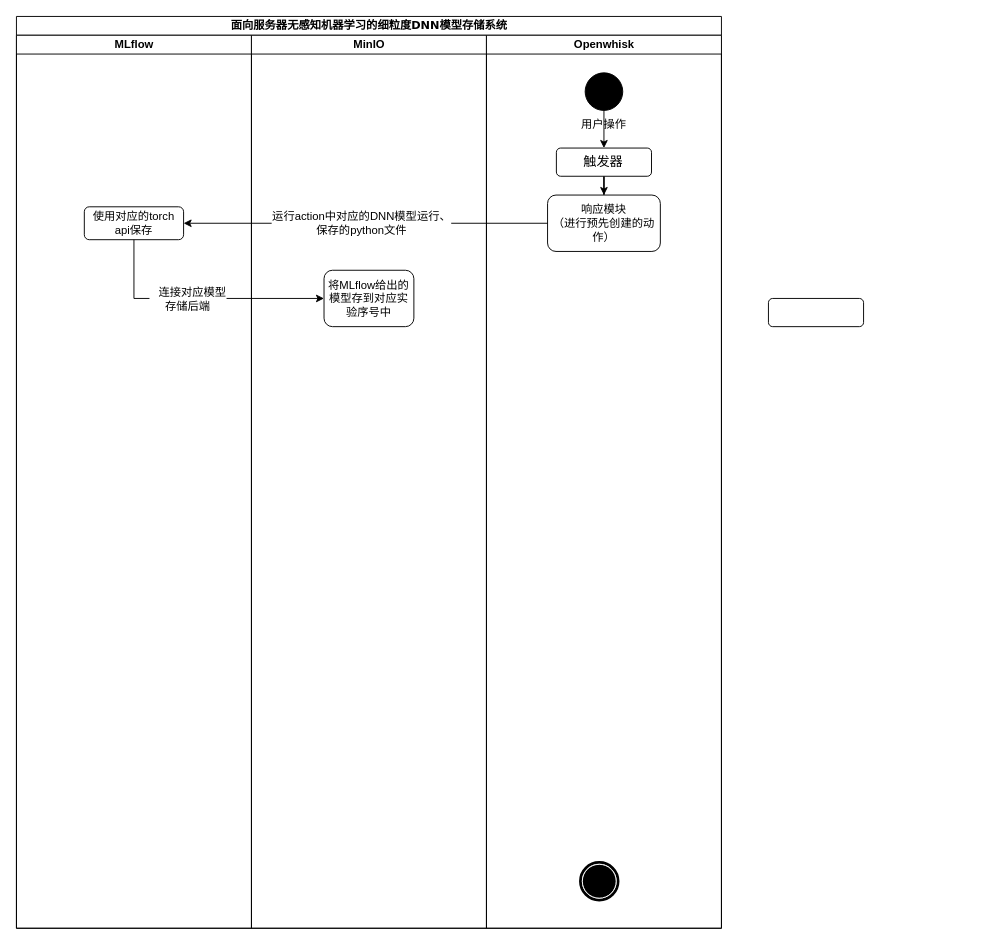
Above: 整体活动图.drawio in RexZheng-cug/chart (draw.io), before the change. Source tidied: cells renumbered, new cells numbered last; positions are measured from the earlier drawing's top-left corner, leaving out a move shared by most shapes. Both pictures are drawn from the tidied source at 94%, with x=0, y=0 at pixel (16, 16).
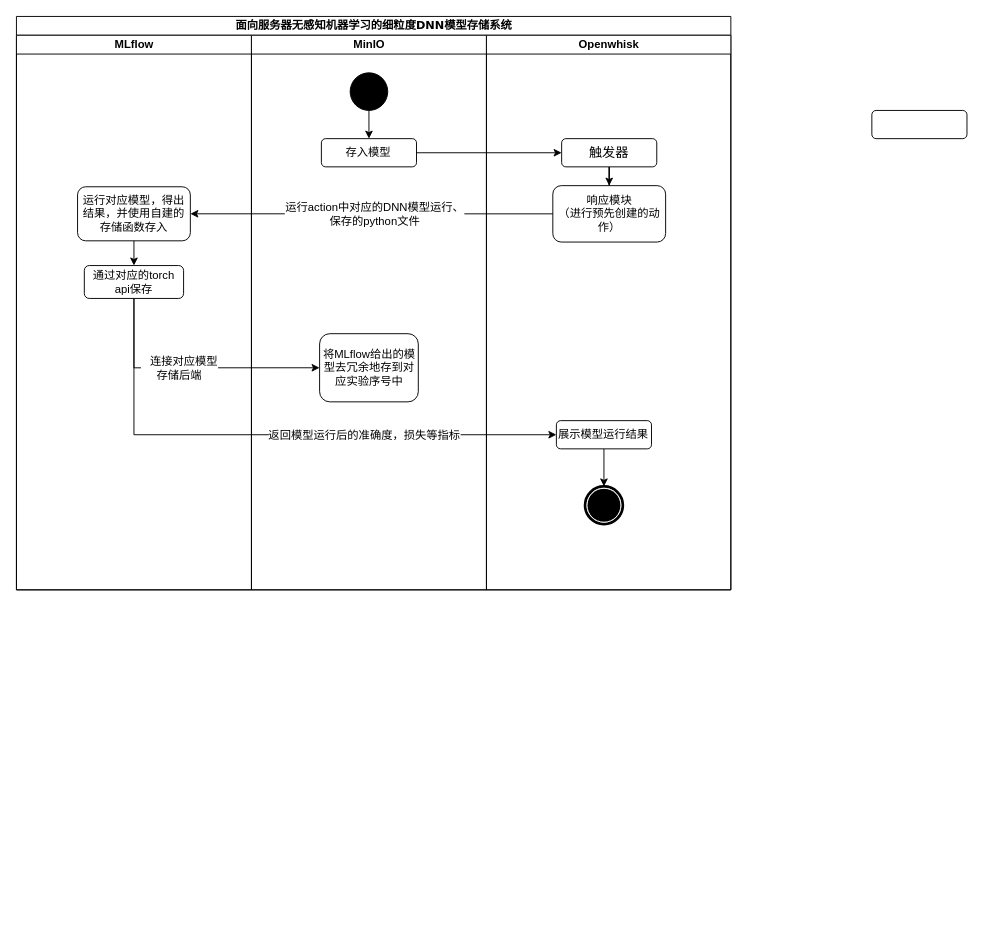
The same page after the edit.

Commit message (it also covers changes not shown here):
更新整体活动图.drawio

Diff of the diagram source:
```diff
@@
     <mxCell id="2" value="面向服务器无感知机器学习的细粒度DNN模型存储系统" style="swimlane;html=1;startSize=20;rounded=0;shadow=0;comic=0;labelBackgroundColor=none;strokeWidth=1;fontFamily=Verdana;fontSize=12;align=center;" parent="1" vertex="1">
-      <mxGeometry width="750" height="970" as="geometry" />
+      <mxGeometry width="760" height="610" as="geometry" />
     </mxCell>
     <mxCell id="3" value="MLflow" style="swimlane;html=1;startSize=20;" parent="2" vertex="1">
-      <mxGeometry y="20" width="250" height="950" as="geometry" />
+      <mxGeometry y="20" width="250" height="590" as="geometry" />
     </mxCell>
+    <mxCell id="20" value="运行对应模型，得出结果，并使用自建的存储函数存入" style="rounded=1;whiteSpace=wrap;html=1;" parent="3" vertex="1">
+      <mxGeometry x="65" y="161.2" width="120" height="57.5" as="geometry" />
+    </mxCell>
-    <mxCell id="4" value="使用对应的torch api保存" style="rounded=1;whiteSpace=wrap;html=1;" parent="3" vertex="1">
-      <mxGeometry x="72.2" y="182.5" width="105.6" height="35" as="geometry" />
+    <mxCell id="4" value="通过对应的torch api保存" style="rounded=1;whiteSpace=wrap;html=1;" parent="3" vertex="1">
+      <mxGeometry x="72.2" y="245" width="105.6" height="35" as="geometry" />
     </mxCell>
+    <mxCell id="21" style="edgeStyle=orthogonalEdgeStyle;rounded=0;jettySize=auto;html=1;exitX=0.5;exitY=1;exitDx=0;exitDy=0;entryX=0.5;entryY=0;entryDx=0;entryDy=0;fontFamily=Helvetica;fontSize=12;fontColor=default;" parent="3" edge="1" source="20" target="4">
+      <mxGeometry relative="1" as="geometry" />
+    </mxCell>
     <mxCell id="5" value="MinIO" style="swimlane;html=1;startSize=20;" parent="2" vertex="1">
-      <mxGeometry x="250" y="20" width="250" height="950" as="geometry" />
+      <mxGeometry x="250" y="20" width="250" height="590" as="geometry" />
     </mxCell>
+    <mxCell id="22" style="edgeStyle=orthogonalEdgeStyle;rounded=0;jettySize=auto;html=1;exitX=0.5;exitY=1;exitDx=0;exitDy=0;entryX=0.5;entryY=0;entryDx=0;entryDy=0;fontFamily=Helvetica;fontSize=12;fontColor=default;" parent="5" edge="1" source="8" target="23">
+      <mxGeometry relative="1" as="geometry" />
+    </mxCell>
+    <mxCell id="8" style="ellipse;whiteSpace=wrap;html=1;rounded=0;shadow=0;comic=0;labelBackgroundColor=none;strokeWidth=1;fillColor=#000000;fontFamily=Verdana;fontSize=12;align=center;" parent="5" vertex="1">
+      <mxGeometry x="105" y="40" width="40" height="40" as="geometry" />
+    </mxCell>
+    <mxCell id="23" value="存入模型" style="rounded=1;whiteSpace=wrap;html=1;" parent="5" vertex="1">
+      <mxGeometry x="74.4" y="110" width="101.2" height="30" as="geometry" />
+    </mxCell>
-    <mxCell id="6" value="将MLflow给出的模型存到对应实验序号中" style="rounded=1;whiteSpace=wrap;html=1;" parent="5" vertex="1">
-      <mxGeometry x="77.2" y="250" width="95.6" height="60" as="geometry" />
+    <mxCell id="6" value="将MLflow给出的模型去冗余地存到对应实验序号中" style="rounded=1;whiteSpace=wrap;html=1;" parent="5" vertex="1">
+      <mxGeometry x="72.5" y="317.5" width="105" height="72.5" as="geometry" />
     </mxCell>
     <mxCell id="7" value="Openwhisk" style="swimlane;html=1;startSize=20;" parent="2" vertex="1">
-      <mxGeometry x="500" y="20" width="250" height="950" as="geometry" />
+      <mxGeometry x="500" y="20" width="260" height="590" as="geometry" />
     </mxCell>
-    <mxCell id="8" style="ellipse;whiteSpace=wrap;html=1;rounded=0;shadow=0;comic=0;labelBackgroundColor=none;strokeWidth=1;fillColor=#000000;fontFamily=Verdana;fontSize=12;align=center;" parent="7" vertex="1">
-      <mxGeometry x="105" y="40" width="40" height="40" as="geometry" />
-    </mxCell>
     <mxCell id="9" style="shape=mxgraph.bpmn.shape;html=1;verticalLabelPosition=bottom;labelBackgroundColor=#ffffff;verticalAlign=top;perimeter=ellipsePerimeter;outline=end;symbol=terminate;rounded=0;shadow=0;comic=0;strokeWidth=1;fontFamily=Verdana;fontSize=12;align=center;" parent="7" vertex="1">
-      <mxGeometry x="100" y="880" width="40" height="40" as="geometry" />
+      <mxGeometry x="105" y="480" width="40" height="40" as="geometry" />
     </mxCell>
@@
     <mxCell id="11" value="&lt;font style=&quot;font-size: 14px;&quot;&gt;触发器&lt;/font&gt;" style="rounded=1;whiteSpace=wrap;html=1;" parent="7" vertex="1">
-      <mxGeometry x="74.4" y="120" width="101.2" height="30" as="geometry" />
+      <mxGeometry x="80" y="110" width="101.2" height="30" as="geometry" />
     </mxCell>
-    <mxCell id="12" value="用户操作" style="text;html=1;strokeColor=none;fillColor=none;align=center;verticalAlign=middle;whiteSpace=wrap;rounded=0;" parent="7" vertex="1">
-      <mxGeometry x="95" y="80" width="60" height="30" as="geometry" />
-    </mxCell>
     <mxCell id="13" value="响应模块&lt;br&gt;（进行预先创建的动作）" style="whiteSpace=wrap;html=1;rounded=1;" parent="7" vertex="1">
-      <mxGeometry x="65" y="170" width="120" height="60" as="geometry" />
+      <mxGeometry x="70.6" y="160" width="120" height="60" as="geometry" />
     </mxCell>
+    <mxCell id="24" style="edgeStyle=orthogonalEdgeStyle;rounded=0;jettySize=auto;html=1;exitX=0.5;exitY=1;exitDx=0;exitDy=0;fontFamily=Helvetica;fontSize=12;fontColor=default;" parent="7" edge="1" source="25" target="9">
+      <mxGeometry relative="1" as="geometry" />
+    </mxCell>
+    <mxCell id="25" value="展示模型运行结果" style="rounded=1;whiteSpace=wrap;html=1;" parent="7" vertex="1">
+      <mxGeometry x="74.4" y="410" width="101.2" height="30" as="geometry" />
+    </mxCell>
+    <mxCell id="26" style="edgeStyle=orthogonalEdgeStyle;rounded=0;jettySize=auto;html=1;exitX=1;exitY=0.5;exitDx=0;exitDy=0;fontFamily=Helvetica;fontSize=12;fontColor=default;" parent="2" edge="1" source="23" target="11">
+      <mxGeometry relative="1" as="geometry" />
+    </mxCell>
-    <mxCell id="14" style="edgeStyle=orthogonalEdgeStyle;rounded=0;jettySize=auto;html=1;exitX=0;exitY=0.5;exitDx=0;exitDy=0;entryX=1;entryY=0.5;entryDx=0;entryDy=0;fontFamily=Helvetica;fontSize=12;fontColor=default;" parent="2" edge="1" source="13" target="4">
+    <mxCell id="14" style="edgeStyle=orthogonalEdgeStyle;rounded=0;jettySize=auto;html=1;exitX=0;exitY=0.5;exitDx=0;exitDy=0;fontFamily=Helvetica;fontSize=12;fontColor=default;entryX=1;entryY=0.5;entryDx=0;entryDy=0;" parent="2" edge="1" source="13" target="20">
       <mxGeometry relative="1" as="geometry" />
     </mxCell>
     <mxCell id="15" value="运行action中对应的DNN模型运行、&lt;br&gt;保存的python文件" style="edgeLabel;html=1;align=center;verticalAlign=middle;fontSize=12;fontFamily=Helvetica;fontColor=default;" parent="14" vertex="1">
-      <mxGeometry x="0.03" y="-1" relative="1" as="geometry" />
+      <mxGeometry x="0.03" y="-1" relative="1" as="geometry">
+        <mxPoint x="9" y="1" as="offset" />
+      </mxGeometry>
     </mxCell>
@@
-    <mxCell id="18" style="endArrow=classic;html=1;rounded=0;exitX=0.5;exitY=1;exitDx=0;exitDy=0;" parent="1" edge="1" source="8">
-      <mxGeometry relative="1" as="geometry">
-        <mxPoint x="625" y="140" as="targetPoint" />
-      </mxGeometry>
-    </mxCell>
+    <mxCell id="27" style="edgeStyle=orthogonalEdgeStyle;rounded=0;jettySize=auto;html=1;exitX=0.5;exitY=1;exitDx=0;exitDy=0;entryX=0;entryY=0.5;entryDx=0;entryDy=0;fontFamily=Helvetica;fontSize=12;fontColor=default;" parent="2" edge="1" source="4" target="25">
+      <mxGeometry relative="1" as="geometry" />
+    </mxCell>
+    <mxCell id="28" value="返回模型运行后的准确度，损失等指标" style="edgeLabel;html=1;align=center;verticalAlign=middle;fontSize=12;fontFamily=Helvetica;fontColor=default;" parent="27" vertex="1">
+      <mxGeometry x="0.05" y="-3" relative="1" as="geometry">
+        <mxPoint x="77" y="-3" as="offset" />
+      </mxGeometry>
+    </mxCell>
     <mxCell id="19" style="rounded=1;whiteSpace=wrap;html=1;" parent="1" vertex="1">
-      <mxGeometry x="800" y="300" width="101.2" height="30" as="geometry" />
+      <mxGeometry x="910" y="100" width="101.2" height="30" as="geometry" />
     </mxCell>
```
